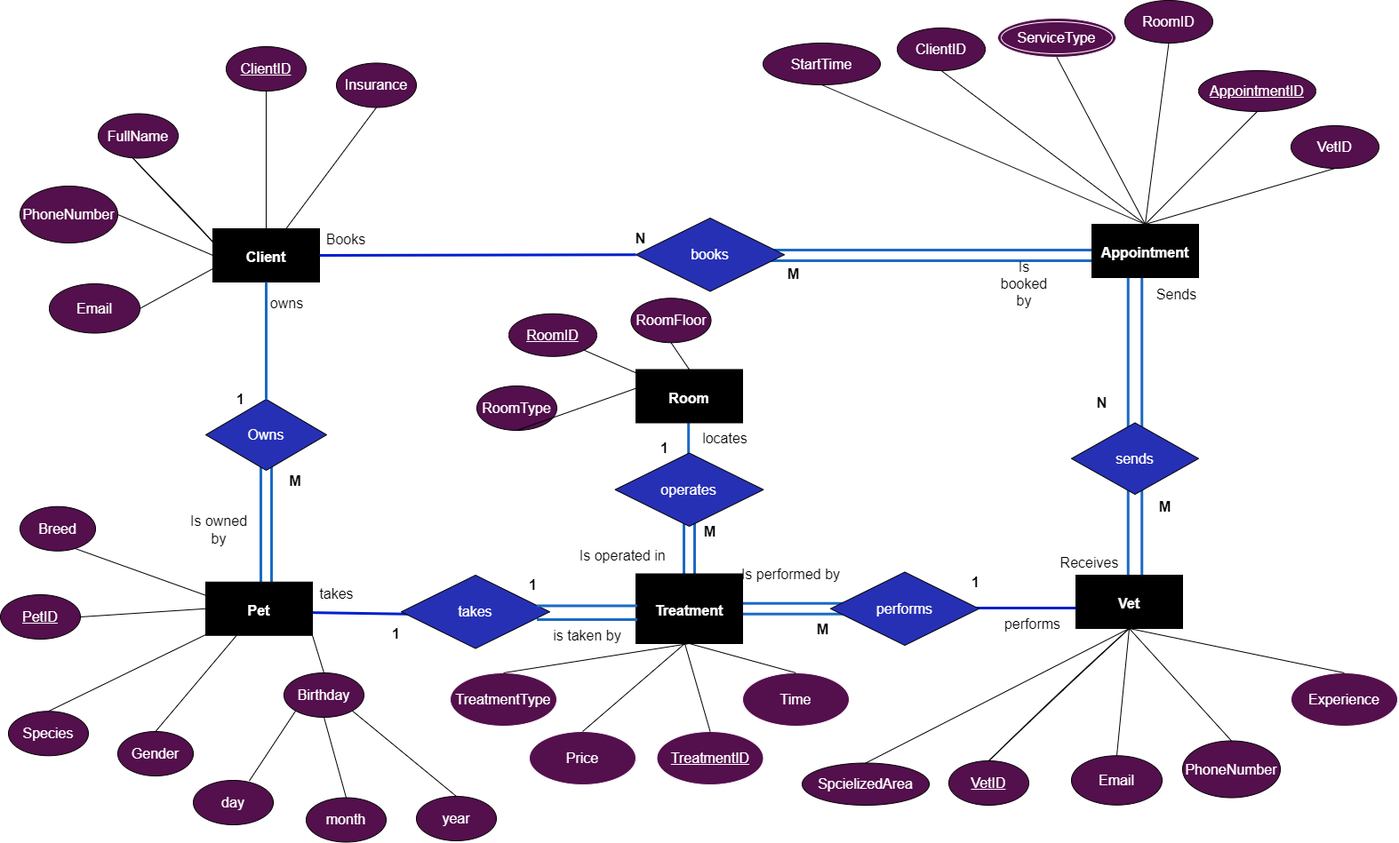
The draw.io diagram PetClinic.drawio.png in tomztz/SQL-Pet-Clinic, before a commit. Source tidied: cells renumbered, new cells last; positions are measured from the earlier drawing's top-left corner, leaving out a move shared by most shapes.
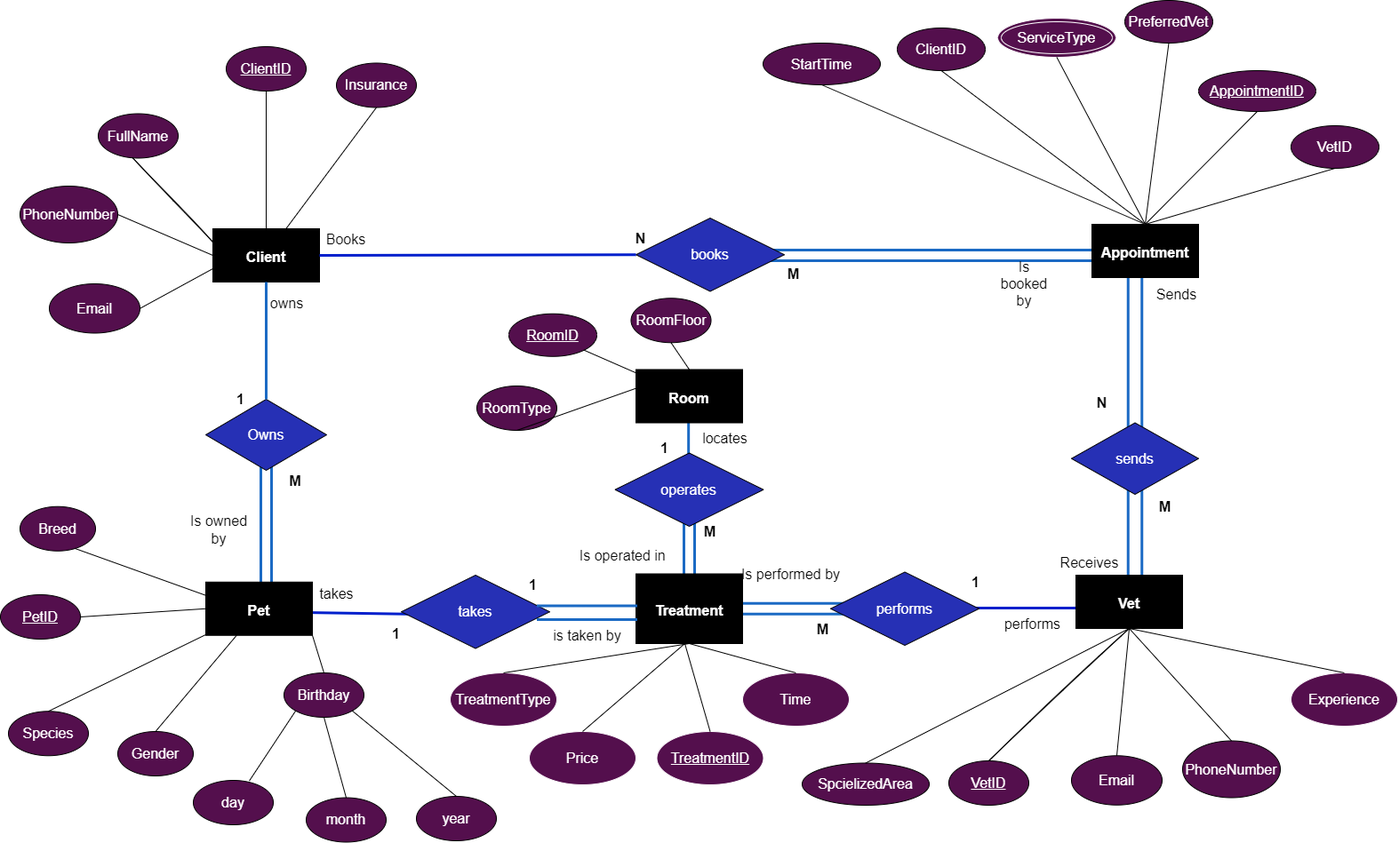
The same file after the commit.

What changed in the source:
```diff
@@ -209,7 +209,7 @@
     <mxCell id="67" value="ClientID" style="ellipse;whiteSpace=wrap;html=1;fontSize=16;fontColor=#FFFFFF;fillColor=#540F4D;" parent="1" vertex="1">
       <mxGeometry x="1009" y="31" width="99" height="48" as="geometry" />
     </mxCell>
-    <mxCell id="68" value="RoomID" style="ellipse;whiteSpace=wrap;html=1;fontSize=16;fontColor=#FFFFFF;fillColor=#540F4D;" parent="1" vertex="1">
+    <mxCell id="68" value="PreferredVet" style="ellipse;whiteSpace=wrap;html=1;fontSize=16;fontColor=#FFFFFF;fillColor=#540F4D;" parent="1" vertex="1">
       <mxGeometry x="1265" width="99" height="48" as="geometry" />
     </mxCell>
     <mxCell id="69" value="PhoneNumber" style="ellipse;whiteSpace=wrap;html=1;fontSize=16;fontColor=#FFFFFF;fillColor=#540F4D;" parent="1" vertex="1">
```
